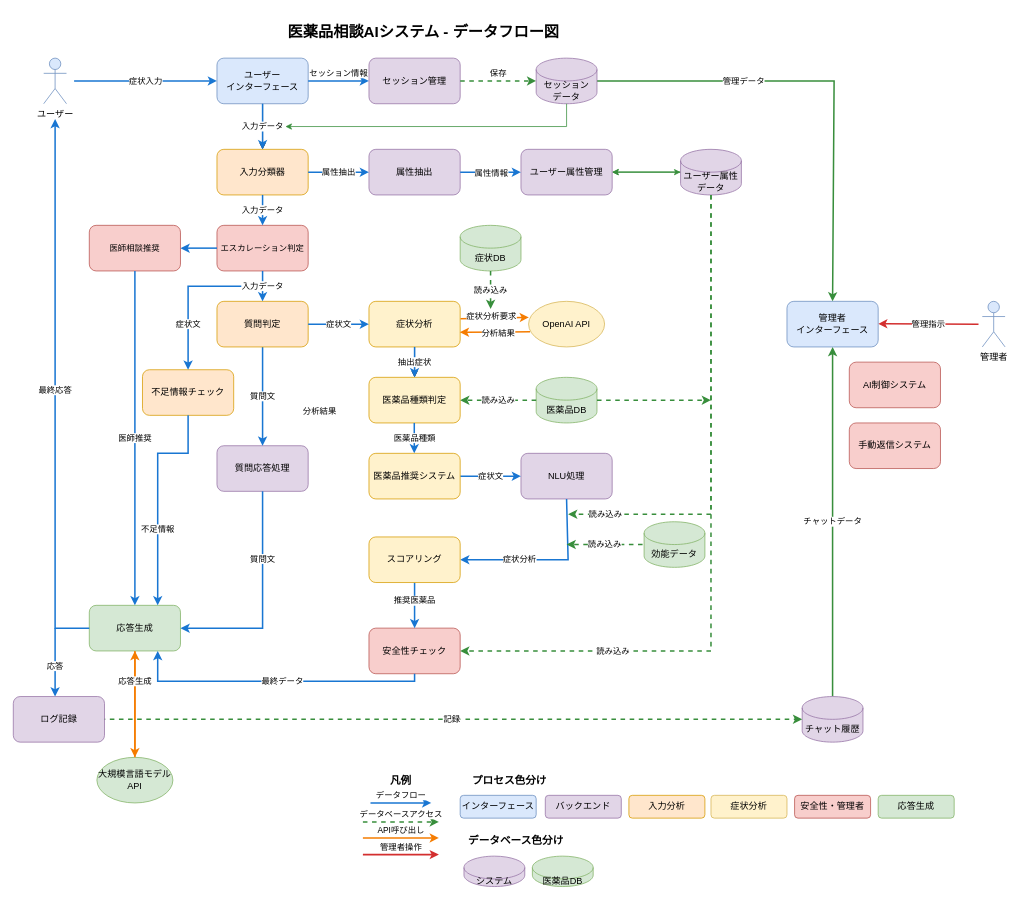
Above: docs/drowio/enhanced_dataflow_diagram.drawio in 32Lwk/medicine-recommend-system (draw.io), before the change. Source tidied: cells renumbered, new cells numbered last; positions are measured from the earlier drawing's top-left corner, leaving out a move shared by most shapes. Both pictures are drawn from the tidied source at 76%, with x=0, y=0 at pixel (13, 20).
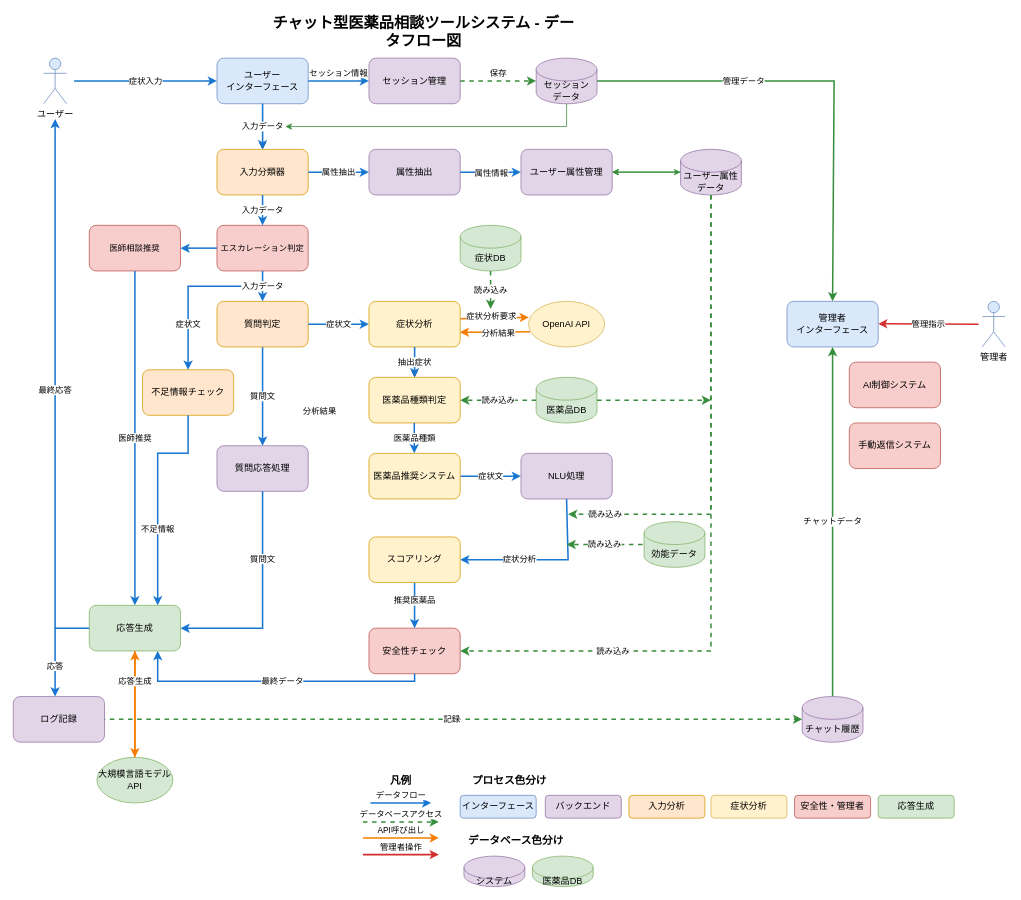
The same page after the edit.

Change to the diagram source:
```diff
@@
-    <mxCell id="3" value="医薬品相談AIシステム - データフロー図" style="text;html=1;strokeColor=none;fillColor=none;align=center;verticalAlign=middle;whiteSpace=wrap;rounded=0;fontSize=20;fontStyle=1;" parent="1" vertex="1">
+    <mxCell id="3" value="チャット型医薬品相談ツールシステム - データフロー図" style="text;html=1;strokeColor=none;fillColor=none;align=center;verticalAlign=middle;whiteSpace=wrap;rounded=0;fontSize=20;fontStyle=1;" parent="1" vertex="1">
       <mxGeometry x="340" width="400" height="30" as="geometry" />
     </mxCell>
```
